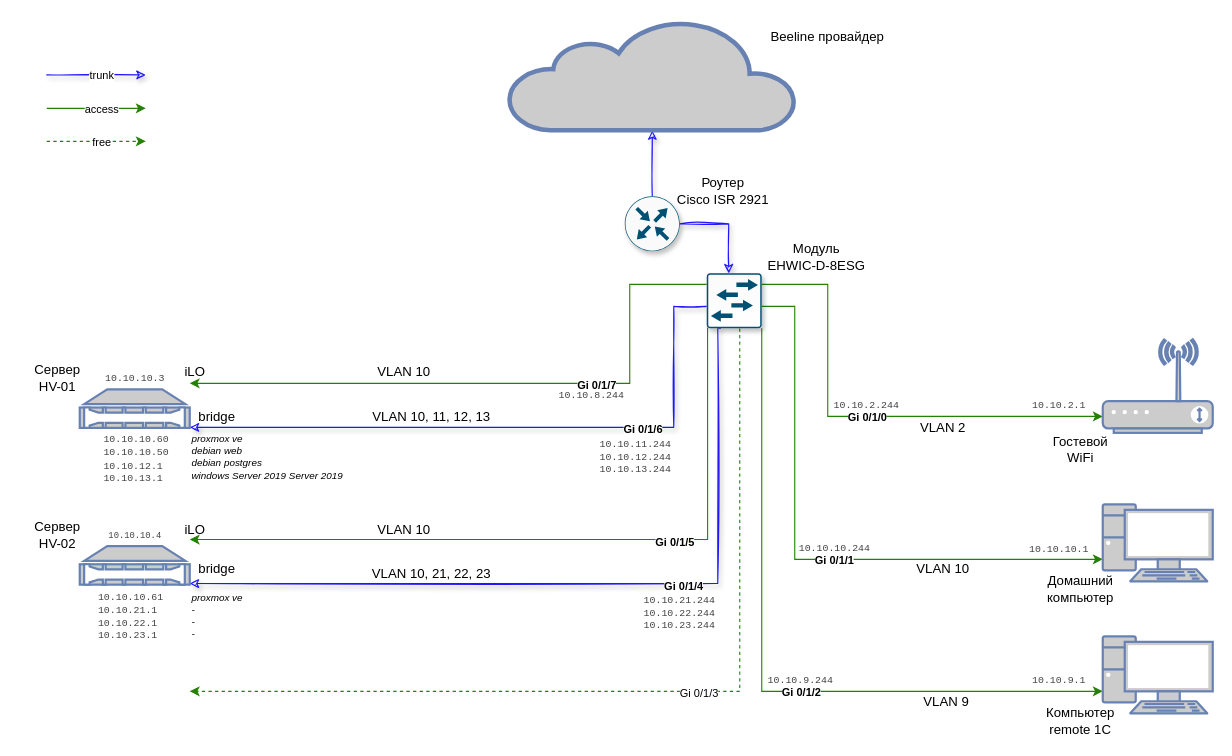
Above: data-center-network/DCNetwork.drawio in drakulitka/diagrams (draw.io), before the change. Source tidied: cells renumbered, new cells numbered last; positions are measured from the earlier drawing's top-left corner, leaving out a move shared by most shapes. Both pictures are drawn from the tidied source at 110%, with x=0, y=0 at pixel (19, 20).
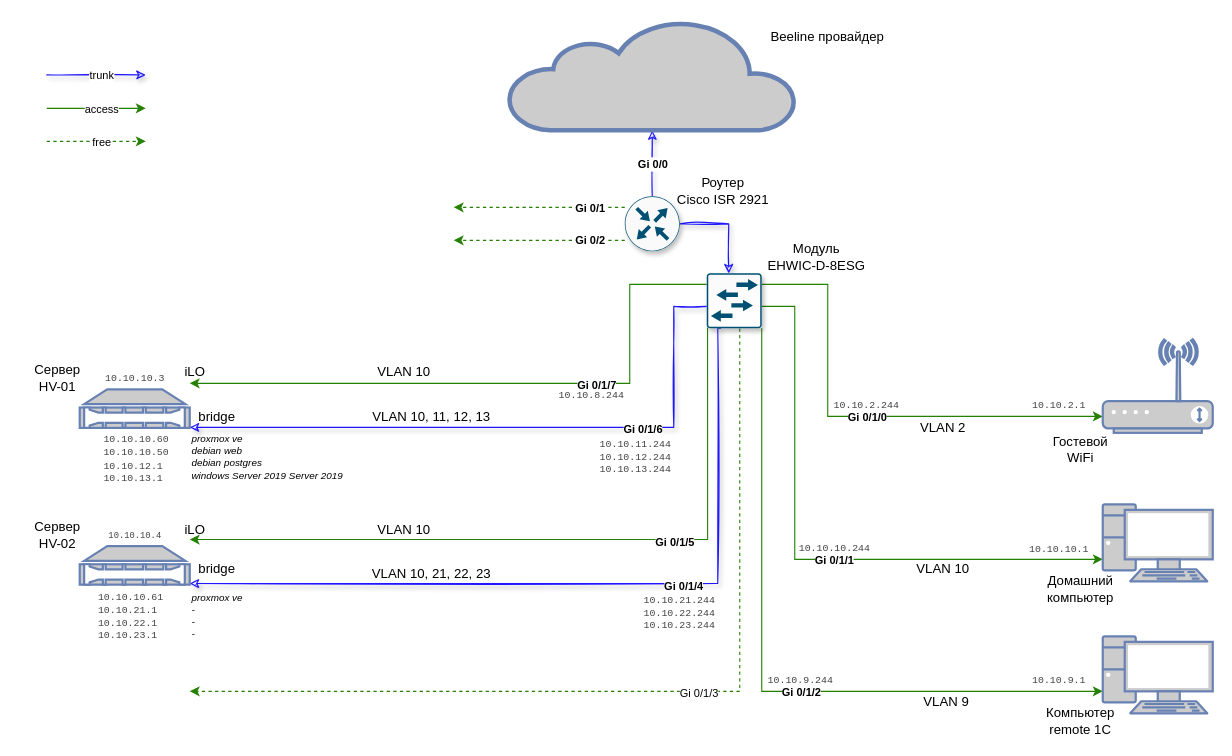
Above is the later version.

Unchanged cells that the change refers to:
```xml
<mxCell id="4" style="sketch=0;points=[[0.5,0,0],[1,0.5,0],[0.5,1,0],[0,0.5,0],[0.145,0.145,0],[0.8555,0.145,0],[0.855,0.8555,0],[0.145,0.855,0]];verticalLabelPosition=bottom;html=1;verticalAlign=top;align=center;shape=mxgraph.cisco19.rect;prIcon=router;fillColor=#FAFAFA;strokeColor=#005073;shadow=1;" parent="1" vertex="1">
  <mxGeometry x="550.5" y="160" width="50" height="50" as="geometry" />
</mxCell>
```

The edit, as a diff of the source:
```diff
@@
+    <mxCell id="68" style="edgeStyle=orthogonalEdgeStyle;rounded=0;sketch=0;jettySize=auto;html=1;shadow=0;fontSize=9;strokeColor=#248003;dashed=1;" parent="1" edge="1" source="4">
+      <mxGeometry relative="1" as="geometry">
+        <mxPoint x="395" y="170" as="targetPoint" />
+        <Array as="points">
+          <mxPoint x="395" y="170" />
+        </Array>
+      </mxGeometry>
+    </mxCell>
+    <mxCell id="69" style="edgeStyle=orthogonalEdgeStyle;rounded=0;sketch=0;jettySize=auto;html=1;shadow=0;dashed=1;fontSize=9;strokeColor=#248003;" parent="1" edge="1" source="4">
+      <mxGeometry relative="1" as="geometry">
+        <mxPoint x="395" y="200" as="targetPoint" />
+        <Array as="points">
+          <mxPoint x="395" y="200" />
+        </Array>
+      </mxGeometry>
+    </mxCell>
@@
+    <mxCell id="70" value="&lt;font style=&quot;font-size: 10px&quot;&gt;Gi 0/0&lt;/font&gt;" style="edgeLabel;html=1;align=center;verticalAlign=middle;fontStyle=1;" parent="1" vertex="1">
+      <mxGeometry x="575.5" y="130" as="geometry" />
+    </mxCell>
+    <mxCell id="71" value="&lt;font style=&quot;font-size: 10px&quot;&gt;Gi 0/1&lt;/font&gt;" style="edgeLabel;html=1;align=center;verticalAlign=middle;fontStyle=1;" parent="1" vertex="1">
+      <mxGeometry x="625" y="139" as="geometry">
+        <mxPoint x="-107" y="31" as="offset" />
+      </mxGeometry>
+    </mxCell>
+    <mxCell id="72" value="&lt;font style=&quot;font-size: 10px&quot;&gt;Gi 0/2&lt;/font&gt;" style="edgeLabel;html=1;align=center;verticalAlign=middle;fontStyle=1;" parent="1" vertex="1">
+      <mxGeometry x="625" y="168" as="geometry">
+        <mxPoint x="-107" y="31" as="offset" />
+      </mxGeometry>
+    </mxCell>
```
